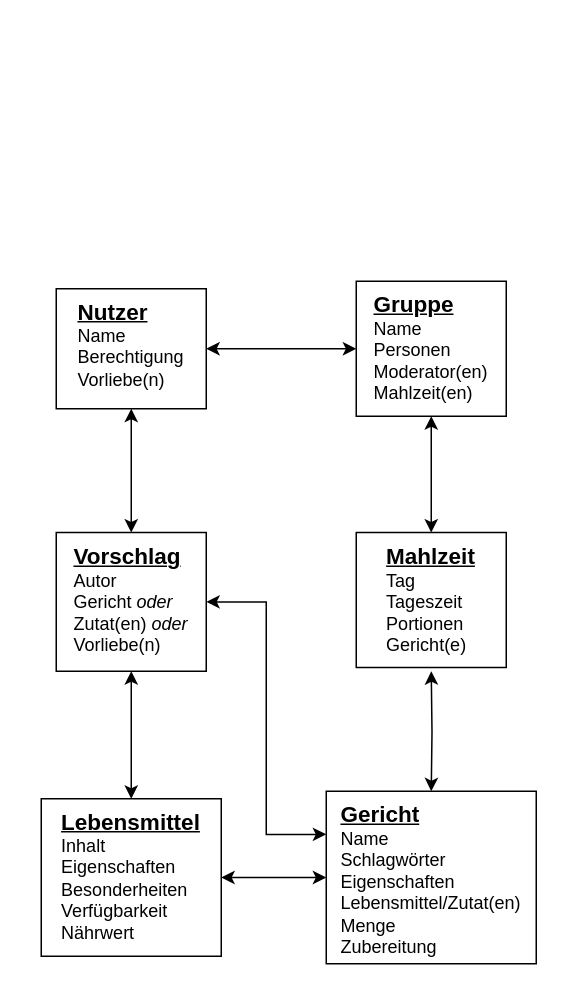
Earlier version of the draw.io diagram docs/Content Model.drawio (astrutz/projekt1-sose21). Source tidied: cells renumbered, new cells numbered last; positions are measured from the earlier drawing's top-left corner, leaving out a move shared by most shapes. Both pictures are drawn from the tidied source at 150%, with x=0, y=0 at pixel (40, 280).
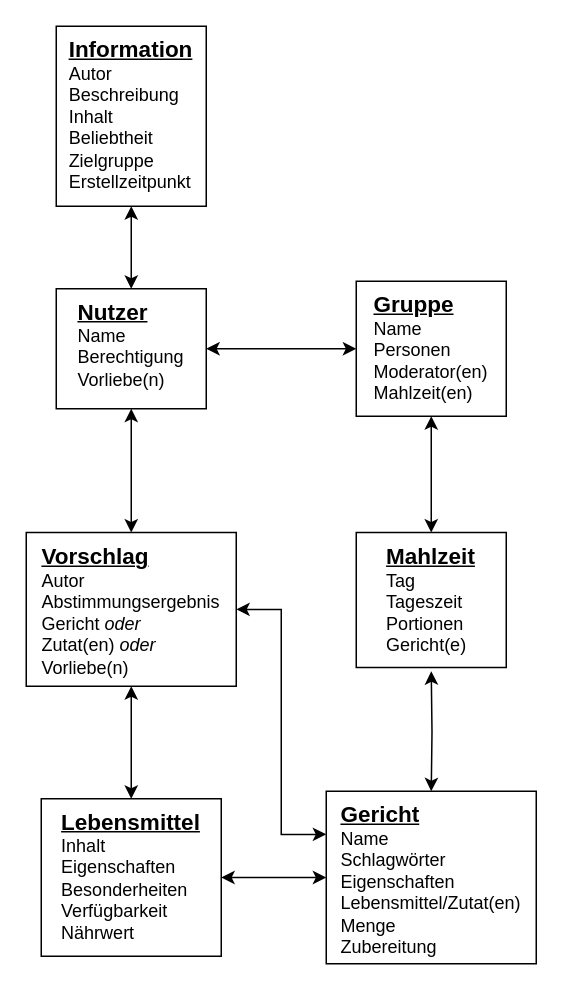
Above is the later version.

Commit message (it also covers changes not shown here):
Adding informations and voting

Diff of the diagram source:
```diff
@@
 <mxGraphModel>
   <root>
     <mxCell id="0" />
     <mxCell id="1" parent="0" />
     <mxCell id="2" style="edgeStyle=orthogonalEdgeStyle;rounded=0;jettySize=auto;html=1;startArrow=classic;startFill=1;" parent="1" edge="1" source="4" target="6">
       <mxGeometry relative="1" as="geometry" />
     </mxCell>
     <mxCell id="3" style="edgeStyle=orthogonalEdgeStyle;rounded=0;jettySize=auto;html=1;exitX=0.5;exitY=1;exitDx=0;exitDy=0;entryX=0.5;entryY=0;entryDx=0;entryDy=0;startArrow=classic;startFill=1;" parent="1" edge="1" source="4" target="14">
       <mxGeometry relative="1" as="geometry" />
     </mxCell>
     <mxCell id="4" value="&lt;div style=&quot;text-align: left&quot;&gt;&lt;b&gt;&lt;u&gt;&lt;font style=&quot;font-size: 15px&quot;&gt;Nutzer&lt;/font&gt;&lt;/u&gt;&lt;/b&gt;&lt;/div&gt;&lt;font style=&quot;font-size: 12px&quot;&gt;&lt;div style=&quot;text-align: left&quot;&gt;&lt;span&gt;Name&lt;/span&gt;&lt;/div&gt;&lt;span&gt;&lt;div style=&quot;text-align: left&quot;&gt;&lt;span&gt;Berechtigung&lt;/span&gt;&lt;/div&gt;&lt;div style=&quot;text-align: left&quot;&gt;&lt;span&gt;Vorliebe(n)&lt;/span&gt;&lt;/div&gt;&lt;/span&gt;&lt;/font&gt;" style="rounded=0;whiteSpace=wrap;html=1;align=center;verticalAlign=top;" parent="1" vertex="1">
       <mxGeometry x="10" y="5" width="100" height="80" as="geometry" />
     </mxCell>
     <mxCell id="5" style="edgeStyle=orthogonalEdgeStyle;rounded=0;jettySize=auto;html=1;startArrow=classic;startFill=1;" parent="1" edge="1" source="6" target="8">
       <mxGeometry relative="1" as="geometry" />
     </mxCell>
     <mxCell id="6" value="&lt;div style=&quot;text-align: left&quot;&gt;&lt;b&gt;&lt;u&gt;&lt;font style=&quot;font-size: 15px&quot;&gt;Gruppe&lt;/font&gt;&lt;/u&gt;&lt;/b&gt;&lt;/div&gt;&lt;font style=&quot;font-size: 12px&quot;&gt;&lt;div style=&quot;text-align: left&quot;&gt;&lt;span&gt;Name&lt;/span&gt;&lt;/div&gt;&lt;span&gt;&lt;div style=&quot;text-align: left&quot;&gt;Personen&lt;/div&gt;&lt;div style=&quot;text-align: left&quot;&gt;Moderator(en)&lt;/div&gt;&lt;div style=&quot;text-align: left&quot;&gt;Mahlzeit(en)&lt;/div&gt;&lt;/span&gt;&lt;/font&gt;" style="rounded=0;whiteSpace=wrap;html=1;align=center;verticalAlign=top;" parent="1" vertex="1">
       <mxGeometry x="210" width="100" height="90" as="geometry" />
     </mxCell>
     <mxCell id="7" style="edgeStyle=orthogonalEdgeStyle;rounded=0;jettySize=auto;html=1;startArrow=classic;startFill=1;" parent="1" edge="1" target="9">
       <mxGeometry relative="1" as="geometry">
         <mxPoint x="260" y="260" as="sourcePoint" />
       </mxGeometry>
     </mxCell>
     <mxCell id="8" value="&lt;div style=&quot;text-align: left&quot;&gt;&lt;b&gt;&lt;u&gt;&lt;font style=&quot;font-size: 15px&quot;&gt;Mahlzeit&lt;/font&gt;&lt;/u&gt;&lt;/b&gt;&lt;/div&gt;&lt;font style=&quot;font-size: 12px&quot;&gt;&lt;div style=&quot;text-align: left&quot;&gt;Tag&lt;/div&gt;&lt;div style=&quot;text-align: left&quot;&gt;Tageszeit&lt;/div&gt;&lt;div style=&quot;text-align: left&quot;&gt;Portionen&lt;/div&gt;&lt;div style=&quot;text-align: left&quot;&gt;Gericht(e)&lt;/div&gt;&lt;/font&gt;" style="rounded=0;whiteSpace=wrap;html=1;align=center;verticalAlign=top;" parent="1" vertex="1">
       <mxGeometry x="210" y="167.5" width="100" height="90" as="geometry" />
     </mxCell>
     <mxCell id="9" value="&lt;div style=&quot;text-align: left&quot;&gt;&lt;b&gt;&lt;u&gt;&lt;font style=&quot;font-size: 15px&quot;&gt;Gericht&lt;/font&gt;&lt;/u&gt;&lt;/b&gt;&lt;/div&gt;&lt;font style=&quot;font-size: 12px&quot;&gt;&lt;div style=&quot;text-align: left&quot;&gt;Name&lt;/div&gt;&lt;div style=&quot;text-align: left&quot;&gt;Schlagwörter&lt;/div&gt;&lt;div style=&quot;text-align: left&quot;&gt;Eigenschaften&lt;/div&gt;&lt;div style=&quot;text-align: left&quot;&gt;Lebensmittel/Zutat(en)&lt;/div&gt;&lt;div style=&quot;text-align: left&quot;&gt;Menge&lt;/div&gt;&lt;div style=&quot;text-align: left&quot;&gt;Zubereitung&lt;/div&gt;&lt;/font&gt;" style="rounded=0;whiteSpace=wrap;html=1;align=center;verticalAlign=top;" parent="1" vertex="1">
       <mxGeometry x="190" y="340" width="140" height="115" as="geometry" />
     </mxCell>
     <mxCell id="10" style="edgeStyle=orthogonalEdgeStyle;rounded=0;jettySize=auto;html=1;exitX=1;exitY=0.5;exitDx=0;exitDy=0;startArrow=classic;startFill=1;" parent="1" edge="1" source="11" target="9">
       <mxGeometry relative="1" as="geometry" />
     </mxCell>
     <mxCell id="11" value="&lt;div style=&quot;text-align: left&quot;&gt;&lt;b&gt;&lt;u&gt;&lt;font style=&quot;font-size: 15px&quot;&gt;Lebensmittel&lt;/font&gt;&lt;/u&gt;&lt;/b&gt;&lt;/div&gt;&lt;font style=&quot;font-size: 12px&quot;&gt;&lt;div style=&quot;text-align: left&quot;&gt;Inhalt&lt;/div&gt;&lt;div style=&quot;text-align: left&quot;&gt;Eigenschaften&lt;/div&gt;&lt;div style=&quot;text-align: left&quot;&gt;Besonderheiten&lt;/div&gt;&lt;div style=&quot;text-align: left&quot;&gt;Verfügbarkeit&lt;/div&gt;&lt;div style=&quot;text-align: left&quot;&gt;Nährwert&lt;/div&gt;&lt;/font&gt;" style="rounded=0;whiteSpace=wrap;html=1;align=center;verticalAlign=top;" parent="1" vertex="1">
       <mxGeometry y="345" width="120" height="105" as="geometry" />
     </mxCell>
     <mxCell id="12" style="edgeStyle=orthogonalEdgeStyle;rounded=0;jettySize=auto;html=1;exitX=0.5;exitY=1;exitDx=0;exitDy=0;entryX=0.5;entryY=0;entryDx=0;entryDy=0;startArrow=classic;startFill=1;" parent="1" edge="1" source="14" target="11">
       <mxGeometry relative="1" as="geometry" />
     </mxCell>
     <mxCell id="13" style="edgeStyle=orthogonalEdgeStyle;rounded=0;jettySize=auto;html=1;exitX=1;exitY=0.5;exitDx=0;exitDy=0;entryX=0;entryY=0.25;entryDx=0;entryDy=0;startArrow=classic;startFill=1;" parent="1" edge="1" source="14" target="9">
       <mxGeometry relative="1" as="geometry" />
     </mxCell>
-    <mxCell id="14" value="&lt;div style=&quot;text-align: left&quot;&gt;&lt;b&gt;&lt;u&gt;&lt;font style=&quot;font-size: 15px&quot;&gt;Vorschlag&lt;/font&gt;&lt;/u&gt;&lt;/b&gt;&lt;/div&gt;&lt;font style=&quot;font-size: 12px&quot;&gt;&lt;div style=&quot;text-align: left&quot;&gt;&lt;span&gt;Autor&lt;/span&gt;&lt;/div&gt;&lt;span&gt;&lt;div style=&quot;text-align: left&quot;&gt;Gericht&amp;nbsp;&lt;i&gt;oder&lt;/i&gt;&lt;/div&gt;&lt;div style=&quot;text-align: left&quot;&gt;Zutat(en) &lt;i&gt;oder&lt;/i&gt;&lt;/div&gt;&lt;div style=&quot;text-align: left&quot;&gt;&lt;span&gt;Vorliebe(n)&lt;/span&gt;&lt;/div&gt;&lt;/span&gt;&lt;/font&gt;" style="rounded=0;whiteSpace=wrap;html=1;align=center;verticalAlign=top;" parent="1" vertex="1">
-      <mxGeometry x="10" y="167.5" width="100" height="92.5" as="geometry" />
+    <mxCell id="14" value="&lt;div style=&quot;text-align: left&quot;&gt;&lt;b&gt;&lt;u&gt;&lt;font style=&quot;font-size: 15px&quot;&gt;Vorschlag&lt;/font&gt;&lt;/u&gt;&lt;/b&gt;&lt;/div&gt;&lt;font style=&quot;font-size: 12px&quot;&gt;&lt;div style=&quot;text-align: left&quot;&gt;&lt;span&gt;Autor&lt;/span&gt;&lt;/div&gt;&lt;div style=&quot;text-align: left&quot;&gt;&lt;span&gt;Abstimmungsergebnis&lt;/span&gt;&lt;/div&gt;&lt;span&gt;&lt;div style=&quot;text-align: left&quot;&gt;Gericht&amp;nbsp;&lt;i&gt;oder&lt;/i&gt;&lt;/div&gt;&lt;div style=&quot;text-align: left&quot;&gt;Zutat(en) &lt;i&gt;oder&lt;/i&gt;&lt;/div&gt;&lt;div style=&quot;text-align: left&quot;&gt;&lt;span&gt;Vorliebe(n)&lt;/span&gt;&lt;/div&gt;&lt;/span&gt;&lt;/font&gt;" style="rounded=0;whiteSpace=wrap;html=1;align=center;verticalAlign=top;" parent="1" vertex="1">
+      <mxGeometry x="-10" y="167.5" width="140" height="102.5" as="geometry" />
     </mxCell>
+    <mxCell id="15" style="edgeStyle=orthogonalEdgeStyle;rounded=0;jettySize=auto;html=1;exitX=0.5;exitY=1;exitDx=0;exitDy=0;startArrow=classic;startFill=1;" parent="1" edge="1" source="16" target="4">
+      <mxGeometry relative="1" as="geometry" />
+    </mxCell>
+    <mxCell id="16" value="&lt;div style=&quot;text-align: left&quot;&gt;&lt;b&gt;&lt;u&gt;&lt;font style=&quot;font-size: 15px&quot;&gt;Information&lt;/font&gt;&lt;/u&gt;&lt;/b&gt;&lt;/div&gt;&lt;font style=&quot;font-size: 12px&quot;&gt;&lt;div style=&quot;text-align: left&quot;&gt;&lt;span&gt;Autor&lt;/span&gt;&lt;/div&gt;&lt;div style=&quot;text-align: left&quot;&gt;&lt;span&gt;Beschreibung&lt;/span&gt;&lt;/div&gt;&lt;div style=&quot;text-align: left&quot;&gt;&lt;span&gt;Inhalt&lt;/span&gt;&lt;/div&gt;&lt;span&gt;&lt;div style=&quot;text-align: left&quot;&gt;Beliebtheit&lt;/div&gt;&lt;div style=&quot;text-align: left&quot;&gt;Zielgruppe&lt;/div&gt;&lt;div style=&quot;text-align: left&quot;&gt;Erstellzeitpunkt&lt;/div&gt;&lt;/span&gt;&lt;/font&gt;" style="rounded=0;whiteSpace=wrap;html=1;align=center;verticalAlign=top;" parent="1" vertex="1">
+      <mxGeometry x="10" y="-170" width="100" height="120" as="geometry" />
+    </mxCell>
   </root>
 </mxGraphModel>
```
